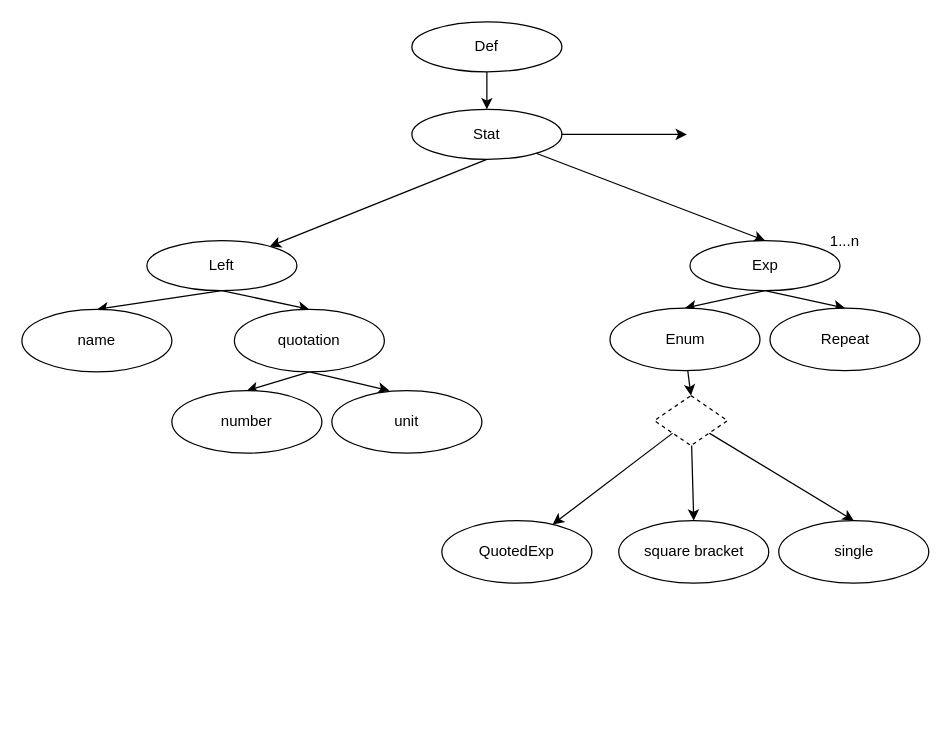
The draw.io diagram def-grammar.drawio in elmar-chen/sample-maker, before the edit. Source tidied: cells renumbered, new cells numbered last; positions are measured from the earlier drawing's top-left corner, leaving out a move shared by most shapes. Both pictures are drawn from the tidied source at 125%, with x=0, y=0 at pixel (21, 21).
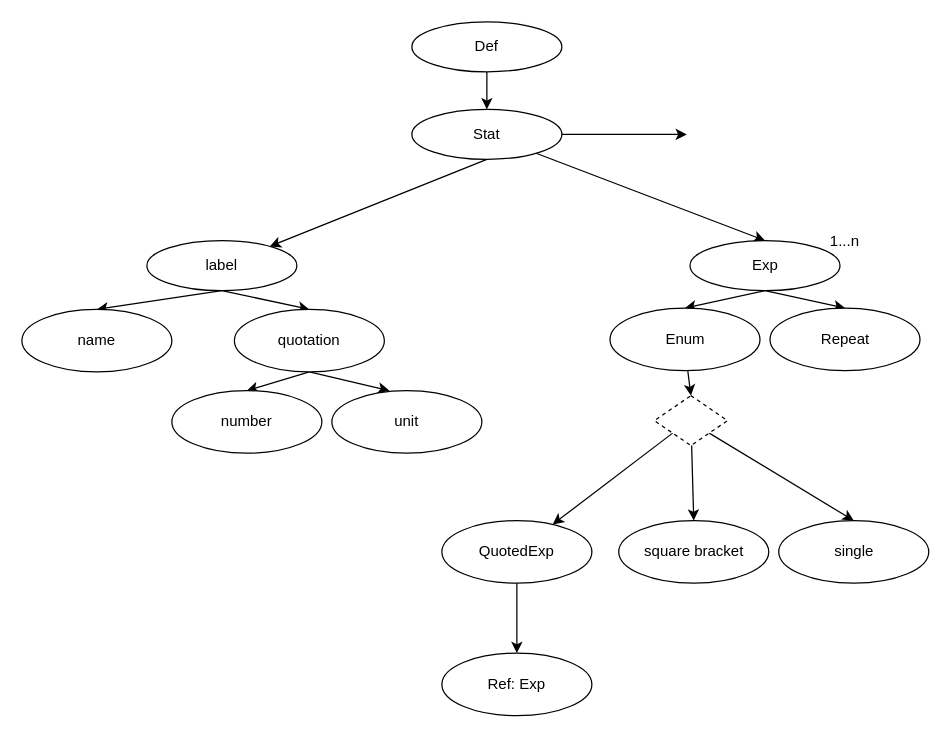
After the change.

The change refers to these unchanged cells:
```xml
<mxCell id="22" value="QuotedExp" style="ellipse;whiteSpace=wrap;html=1;" parent="1" vertex="1">
  <mxGeometry x="336" y="399" width="120" height="50" as="geometry" />
</mxCell>
```

The edit, as a diff of the source:
```diff
@@
-    <mxCell id="10" value="Left" style="ellipse;whiteSpace=wrap;html=1;" parent="1" vertex="1">
+    <mxCell id="10" value="label" style="ellipse;whiteSpace=wrap;html=1;" parent="1" vertex="1">
       <mxGeometry x="100" y="175" width="120" height="40" as="geometry" />
     </mxCell>
@@
+    <mxCell id="31" style="edgeStyle=orthogonalEdgeStyle;rounded=0;jettySize=auto;html=1;exitX=0.5;exitY=1;exitDx=0;exitDy=0;entryX=0.5;entryY=0;entryDx=0;entryDy=0;" parent="1" edge="1" source="22" target="32">
+      <mxGeometry relative="1" as="geometry" />
+    </mxCell>
@@
+    <mxCell id="32" value="Ref: Exp" style="ellipse;whiteSpace=wrap;html=1;" parent="1" vertex="1">
+      <mxGeometry x="336" y="505" width="120" height="50" as="geometry" />
+    </mxCell>
```
